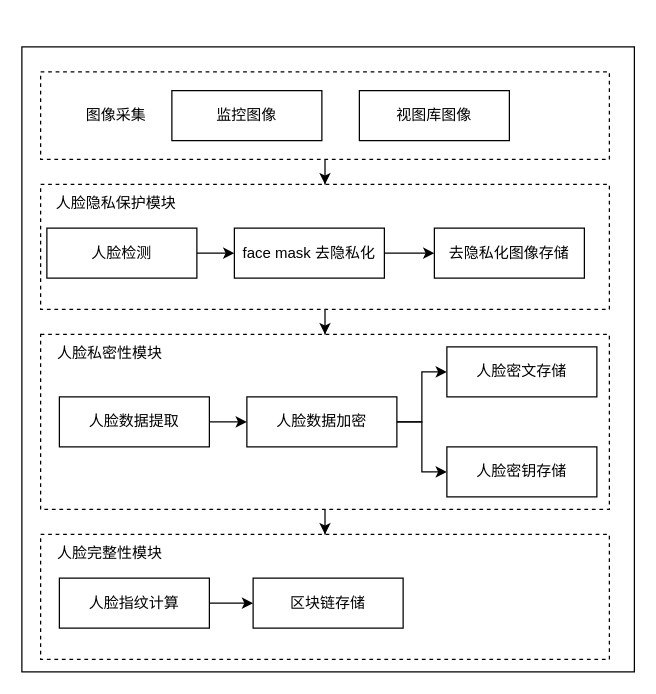
Earlier version of the draw.io diagram page "总体架构" (1 of 5) of imgs/facechain.drawio (FadingLight9291117/draw.io). Source tidied: cells renumbered, new cells numbered last; positions are measured from the earlier drawing's top-left corner, leaving out a move shared by most shapes. Both pictures are drawn from the tidied source at 125%, with x=0, y=0 at pixel (21, 46).
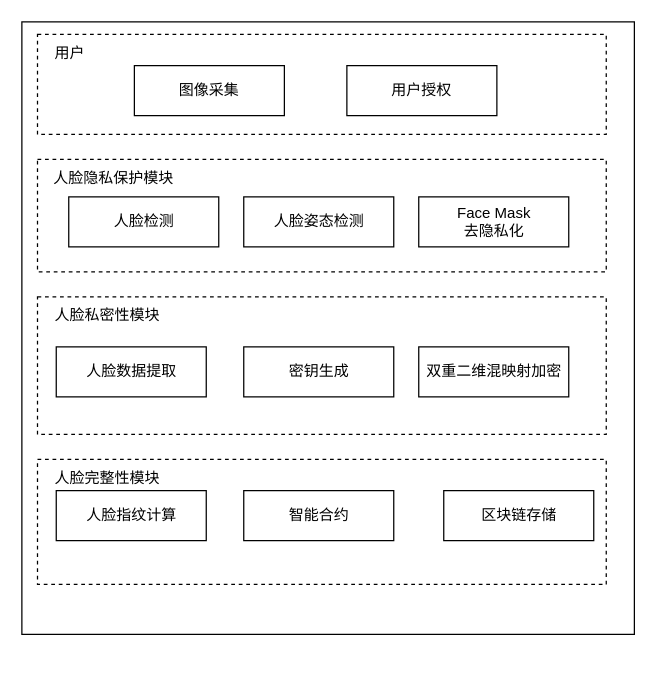
The same diagram, later.

What changed in the source:
```diff
@@
     <mxCell id="2" style="rounded=0;whiteSpace=wrap;html=1;fillColor=none;" parent="1" vertex="1">
-      <mxGeometry width="490" height="500" as="geometry" />
+      <mxGeometry y="-20" width="490" height="490" as="geometry" />
     </mxCell>
     <mxCell id="3" style="rounded=0;whiteSpace=wrap;html=1;fillColor=none;dashed=1;" parent="1" vertex="1">
-      <mxGeometry x="15" y="390" width="455" height="100" as="geometry" />
+      <mxGeometry x="12.5" y="330" width="455" height="100" as="geometry" />
     </mxCell>
     <mxCell id="4" style="rounded=0;whiteSpace=wrap;html=1;fillColor=none;dashed=1;" parent="1" vertex="1">
-      <mxGeometry x="15" y="230" width="455" height="140" as="geometry" />
+      <mxGeometry x="12.5" y="200" width="455" height="110" as="geometry" />
     </mxCell>
     <mxCell id="5" style="rounded=0;whiteSpace=wrap;html=1;fillColor=none;dashed=1;" parent="1" vertex="1">
-      <mxGeometry x="15" y="110" width="455" height="100" as="geometry" />
+      <mxGeometry x="12.5" y="90" width="455" height="90" as="geometry" />
     </mxCell>
     <mxCell id="6" style="rounded=0;whiteSpace=wrap;html=1;fillColor=none;dashed=1;" parent="1" vertex="1">
-      <mxGeometry x="15" y="20" width="455" height="70" as="geometry" />
+      <mxGeometry x="12.5" y="-10" width="455" height="80" as="geometry" />
     </mxCell>
-    <mxCell id="7" value="监控图像" style="rounded=0;whiteSpace=wrap;html=1;fontSize=12;glass=0;strokeWidth=1;shadow=0;" parent="1" vertex="1">
-      <mxGeometry x="120" y="35" width="120" height="40" as="geometry" />
+    <mxCell id="7" value="图像采集" style="rounded=0;whiteSpace=wrap;html=1;fontSize=12;glass=0;strokeWidth=1;shadow=0;" parent="1" vertex="1">
+      <mxGeometry x="90" y="15" width="120" height="40" as="geometry" />
     </mxCell>
-    <mxCell id="8" value="图像采集" style="text;html=1;align=center;verticalAlign=middle;strokeColor=none;fillColor=none;" parent="1" vertex="1">
-      <mxGeometry x="40" y="40" width="70" height="30" as="geometry" />
+    <mxCell id="8" value="用户" style="text;html=1;align=center;verticalAlign=middle;strokeColor=none;fillColor=none;" parent="1" vertex="1">
+      <mxGeometry x="12.5" y="-10" width="50" height="30" as="geometry" />
     </mxCell>
-    <mxCell id="9" style="edgeStyle=orthogonalEdgeStyle;rounded=0;jettySize=auto;html=1;" parent="1" edge="1" source="10" target="12">
-      <mxGeometry relative="1" as="geometry" />
-    </mxCell>
     <mxCell id="10" value="人脸检测" style="rounded=0;whiteSpace=wrap;html=1;fillColor=default;" parent="1" vertex="1">
-      <mxGeometry x="20" y="145" width="120" height="40" as="geometry" />
+      <mxGeometry x="37.5" y="120" width="120" height="40" as="geometry" />
     </mxCell>
-    <mxCell id="11" style="edgeStyle=orthogonalEdgeStyle;rounded=0;jettySize=auto;html=1;entryX=0;entryY=0.5;entryDx=0;entryDy=0;" parent="1" edge="1" source="12" target="13">
-      <mxGeometry relative="1" as="geometry" />
-    </mxCell>
-    <mxCell id="12" value="face mask 去隐私化" style="rounded=0;whiteSpace=wrap;html=1;fillColor=default;" parent="1" vertex="1">
-      <mxGeometry x="170" y="145" width="120" height="40" as="geometry" />
+    <mxCell id="12" value="Face Mask&lt;br&gt;去隐私化" style="rounded=0;whiteSpace=wrap;html=1;fillColor=default;" parent="1" vertex="1">
+      <mxGeometry x="317.5" y="120" width="120" height="40" as="geometry" />
     </mxCell>
-    <mxCell id="13" value="去隐私化图像存储" style="rounded=0;whiteSpace=wrap;html=1;fillColor=default;" parent="1" vertex="1">
-      <mxGeometry x="330" y="145" width="120" height="40" as="geometry" />
-    </mxCell>
-    <mxCell id="14" style="edgeStyle=orthogonalEdgeStyle;rounded=0;jettySize=auto;html=1;entryX=0;entryY=0.5;entryDx=0;entryDy=0;" parent="1" edge="1" source="15" target="18">
-      <mxGeometry relative="1" as="geometry" />
-    </mxCell>
     <mxCell id="15" value="人脸数据提取" style="rounded=0;whiteSpace=wrap;html=1;fillColor=default;" parent="1" vertex="1">
-      <mxGeometry x="30" y="280" width="120" height="40" as="geometry" />
+      <mxGeometry x="27.5" y="240" width="120" height="40" as="geometry" />
     </mxCell>
-    <mxCell id="16" style="edgeStyle=orthogonalEdgeStyle;rounded=0;jettySize=auto;html=1;entryX=0;entryY=0.5;entryDx=0;entryDy=0;" parent="1" edge="1" source="18" target="19">
-      <mxGeometry relative="1" as="geometry" />
-    </mxCell>
-    <mxCell id="17" style="edgeStyle=orthogonalEdgeStyle;rounded=0;jettySize=auto;html=1;entryX=0;entryY=0.5;entryDx=0;entryDy=0;" parent="1" edge="1" source="18" target="20">
-      <mxGeometry relative="1" as="geometry" />
-    </mxCell>
-    <mxCell id="18" value="人脸数据加密" style="rounded=0;whiteSpace=wrap;html=1;fillColor=default;" parent="1" vertex="1">
-      <mxGeometry x="180" y="280" width="120" height="40" as="geometry" />
+    <mxCell id="18" value="双重二维混映射加密" style="rounded=0;whiteSpace=wrap;html=1;fillColor=default;" parent="1" vertex="1">
+      <mxGeometry x="317.5" y="240" width="120" height="40" as="geometry" />
     </mxCell>
-    <mxCell id="19" value="人脸密文存储" style="rounded=0;whiteSpace=wrap;html=1;fillColor=default;" parent="1" vertex="1">
-      <mxGeometry x="340" y="240" width="120" height="40" as="geometry" />
+    <mxCell id="19" value="密钥生成" style="rounded=0;whiteSpace=wrap;html=1;fillColor=default;" parent="1" vertex="1">
+      <mxGeometry x="177.5" y="240" width="120" height="40" as="geometry" />
     </mxCell>
-    <mxCell id="20" value="人脸密钥存储" style="rounded=0;whiteSpace=wrap;html=1;fillColor=default;" parent="1" vertex="1">
-      <mxGeometry x="340" y="320" width="120" height="40" as="geometry" />
-    </mxCell>
-    <mxCell id="21" style="edgeStyle=orthogonalEdgeStyle;rounded=0;jettySize=auto;html=1;entryX=0;entryY=0.5;entryDx=0;entryDy=0;" parent="1" edge="1" source="22" target="23">
-      <mxGeometry relative="1" as="geometry" />
-    </mxCell>
     <mxCell id="22" value="人脸指纹计算" style="rounded=0;whiteSpace=wrap;html=1;fillColor=default;" parent="1" vertex="1">
-      <mxGeometry x="30" y="425" width="120" height="40" as="geometry" />
+      <mxGeometry x="27.5" y="355" width="120" height="40" as="geometry" />
     </mxCell>
     <mxCell id="23" value="区块链存储" style="rounded=0;whiteSpace=wrap;html=1;fillColor=default;" parent="1" vertex="1">
-      <mxGeometry x="185" y="425" width="120" height="40" as="geometry" />
+      <mxGeometry x="337.5" y="355" width="120" height="40" as="geometry" />
     </mxCell>
-    <mxCell id="24" style="edgeStyle=orthogonalEdgeStyle;rounded=0;jettySize=auto;html=1;entryX=0.5;entryY=0;entryDx=0;entryDy=0;" parent="1" edge="1" source="6" target="5">
-      <mxGeometry relative="1" as="geometry" />
-    </mxCell>
-    <mxCell id="25" style="edgeStyle=orthogonalEdgeStyle;rounded=0;jettySize=auto;html=1;entryX=0.5;entryY=0;entryDx=0;entryDy=0;" parent="1" edge="1" source="5" target="4">
-      <mxGeometry relative="1" as="geometry" />
-    </mxCell>
-    <mxCell id="26" style="edgeStyle=orthogonalEdgeStyle;rounded=0;jettySize=auto;html=1;entryX=0.5;entryY=0;entryDx=0;entryDy=0;" parent="1" edge="1" source="4" target="3">
-      <mxGeometry relative="1" as="geometry" />
-    </mxCell>
     <mxCell id="27" value="人脸隐私保护模块" style="text;html=1;align=center;verticalAlign=middle;strokeColor=none;fillColor=none;" parent="1" vertex="1">
-      <mxGeometry x="15" y="110" width="120" height="30" as="geometry" />
+      <mxGeometry x="12.5" y="90" width="120" height="30" as="geometry" />
     </mxCell>
     <mxCell id="28" value="人脸私密性模块&lt;br&gt;" style="text;html=1;align=center;verticalAlign=middle;strokeColor=none;fillColor=none;" parent="1" vertex="1">
-      <mxGeometry x="15" y="230" width="110" height="30" as="geometry" />
+      <mxGeometry x="12.5" y="200" width="110" height="30" as="geometry" />
     </mxCell>
     <mxCell id="29" value="人脸完整性模块" style="text;html=1;align=center;verticalAlign=middle;strokeColor=none;fillColor=none;" parent="1" vertex="1">
-      <mxGeometry x="15" y="390" width="110" height="30" as="geometry" />
+      <mxGeometry x="12.5" y="330" width="110" height="30" as="geometry" />
     </mxCell>
-    <mxCell id="30" value="视图库图像" style="rounded=0;whiteSpace=wrap;html=1;" parent="1" vertex="1">
-      <mxGeometry x="270" y="35" width="120" height="40" as="geometry" />
+    <mxCell id="30" value="用户授权" style="rounded=0;whiteSpace=wrap;html=1;" parent="1" vertex="1">
+      <mxGeometry x="260" y="15" width="120" height="40" as="geometry" />
     </mxCell>
+    <mxCell id="31" value="人脸姿态检测" style="rounded=0;whiteSpace=wrap;html=1;fillColor=default;" parent="1" vertex="1">
+      <mxGeometry x="177.5" y="120" width="120" height="40" as="geometry" />
+    </mxCell>
+    <mxCell id="32" value="智能合约" style="rounded=0;whiteSpace=wrap;html=1;fillColor=default;" parent="1" vertex="1">
+      <mxGeometry x="177.5" y="355" width="120" height="40" as="geometry" />
+    </mxCell>
```
